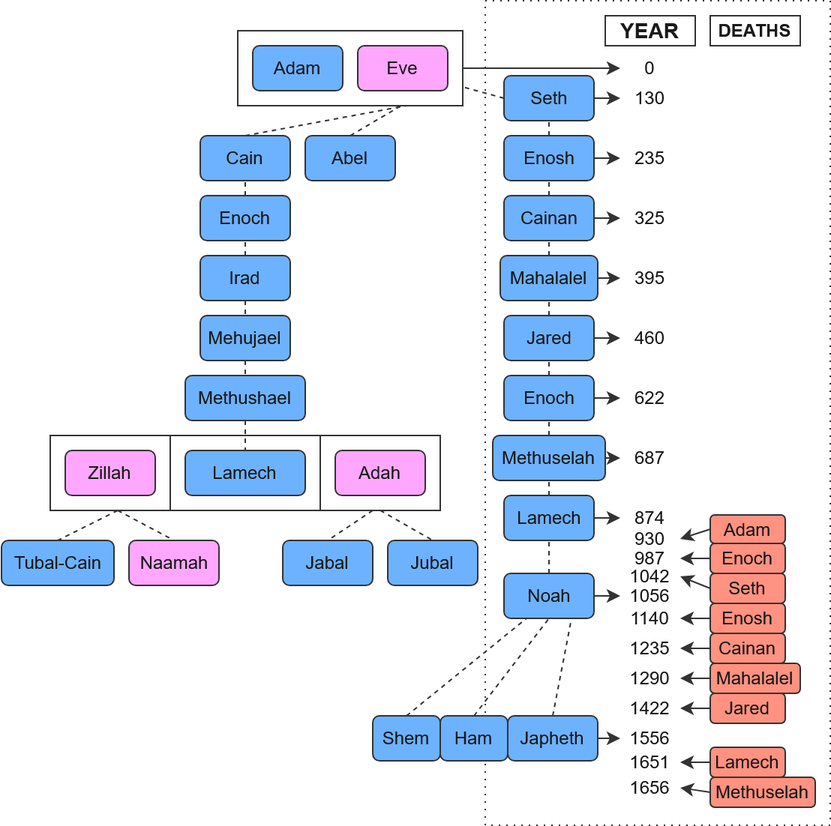
Earlier version of the draw.io export images/genealogies/noahs_genealogy.png (torodean/bible-notes). Source tidied: cells renumbered, new cells last; positions are measured from the earlier drawing's top-left corner, leaving out a move shared by most shapes.
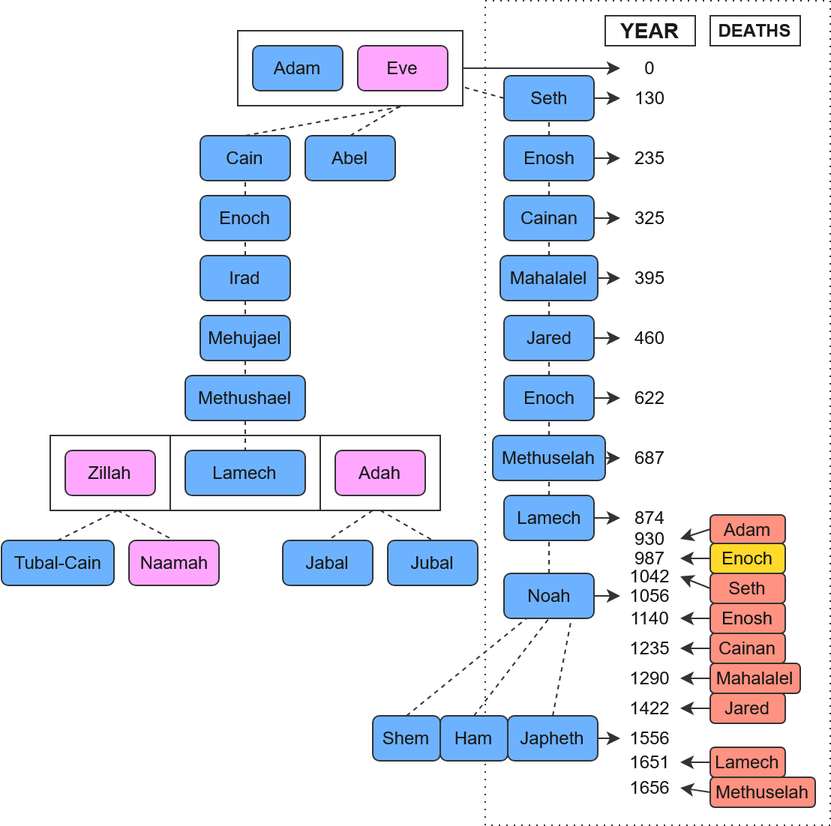
Later version of the same file.

What changed in the source:
```diff
@@ -229,7 +229,7 @@
     <mxCell id="76" value="&lt;b&gt;DEATHS&lt;/b&gt;" style="text;html=1;align=center;verticalAlign=middle;whiteSpace=wrap;rounded=0;strokeColor=light-dark(#000000,#333333);fontColor=light-dark(#000000,#1A1A1A);" parent="1" vertex="1">
       <mxGeometry x="472" y="10" width="60" height="20" as="geometry" />
     </mxCell>
-    <mxCell id="77" value="Enosh" style="rounded=1;whiteSpace=wrap;html=1;fillColor=#e51400;fontColor=light-dark(#000000,#1A1A1A);strokeColor=light-dark(#000000,#333333);align=center;" parent="1" vertex="1">
+    <mxCell id="77" value="Enosh" style="rounded=1;whiteSpace=wrap;html=1;fillColor=#e51400;strokeColor=light-dark(#000000,#333333);align=center;fontColor=#ffffff;" parent="1" vertex="1">
       <mxGeometry x="472" y="402" width="50" height="20" as="geometry" />
     </mxCell>
     <mxCell id="78" value="1140" style="text;html=1;align=center;verticalAlign=middle;whiteSpace=wrap;rounded=0;strokeColor=none;fontColor=light-dark(#000000,#1A1A1A);" parent="1" vertex="1">
@@ -265,7 +265,7 @@
     <mxCell id="88" style="endArrow=classic;html=1;rounded=0;entryX=1;entryY=0.5;entryDx=0;entryDy=0;exitX=0;exitY=0.5;exitDx=0;exitDy=0;strokeColor=light-dark(#000000,#333333);fontColor=light-dark(#000000,#1A1A1A);" parent="1" edge="1" source="86" target="87">
       <mxGeometry relative="1" as="geometry" />
     </mxCell>
-    <mxCell id="89" value="Enoch" style="rounded=1;whiteSpace=wrap;html=1;fillColor=#e51400;fontColor=light-dark(#000000,#1A1A1A);strokeColor=light-dark(#000000,#333333);align=center;" parent="1" vertex="1">
+    <mxCell id="89" value="Enoch" style="rounded=1;whiteSpace=wrap;html=1;fillColor=light-dark(#E51400,#FFDA2A);fontColor=light-dark(#000000,#1A1A1A);strokeColor=light-dark(#000000,#333333);align=center;" parent="1" vertex="1">
       <mxGeometry x="472" y="362" width="50" height="20" as="geometry" />
     </mxCell>
     <mxCell id="90" value="987" style="text;html=1;align=center;verticalAlign=middle;whiteSpace=wrap;rounded=0;strokeColor=none;fontColor=light-dark(#000000,#1A1A1A);" parent="1" vertex="1">
```
